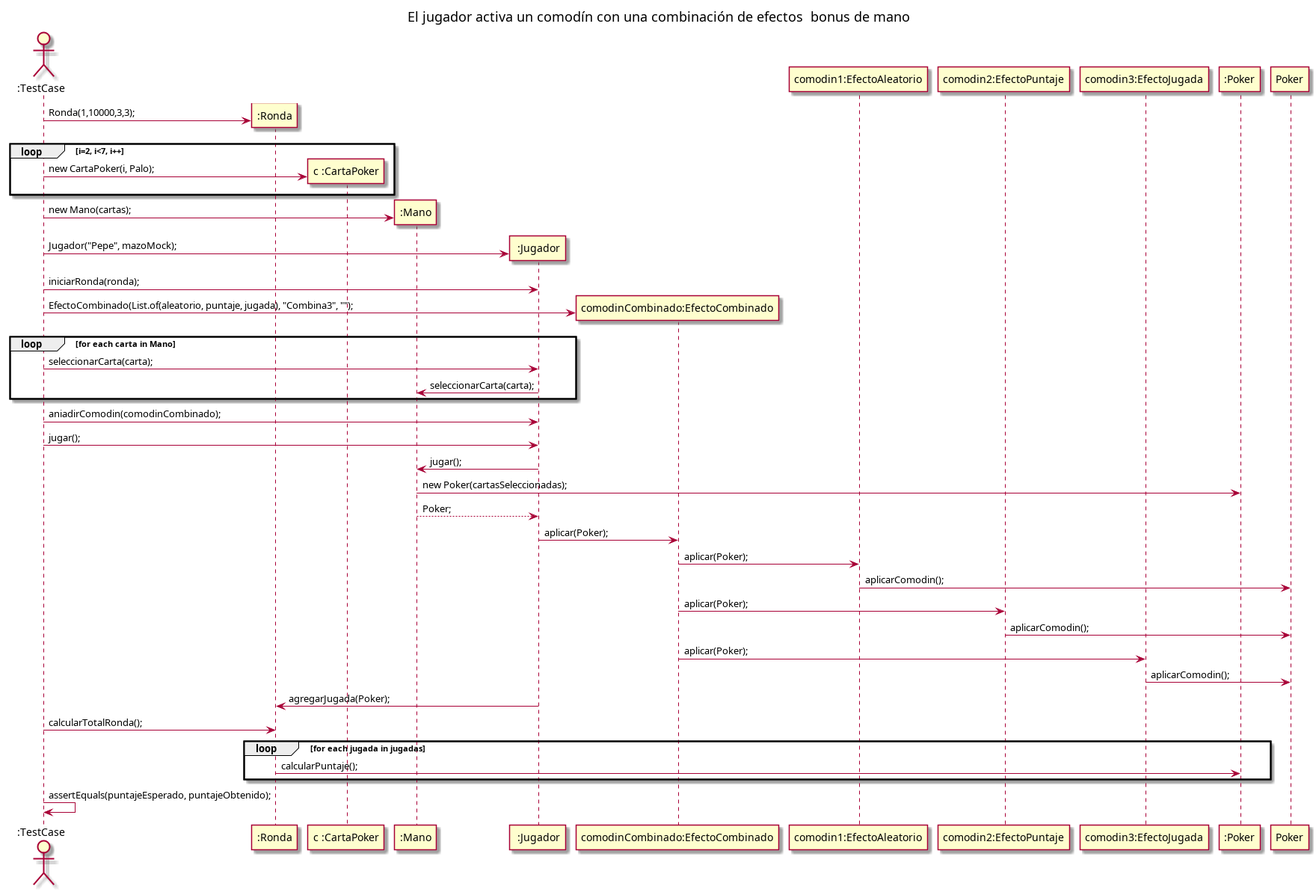
carruizdiaz1109/UBAlatro keeps this PlantUML diagram as diagrams/sequences/Entrega2/test05.png. Above is the earlier version. Its source is kept beside it as diagrams/sequences/Entrega2/test05.puml. The source it was exported from:
```plantuml
@startuml

title El jugador activa un comodín con una combinación de efectos  bonus de mano
actor ":TestCase" as user
participant ":Ronda" as ronda
participant "c :CartaPoker" as carta
participant ":Mano" as mano
participant " :Jugador" as jugador
participant "comodinCombinado:EfectoCombinado" as comodin
participant "comodin1:EfectoAleatorio" as aleatorio
participant "comodin2:EfectoPuntaje" as puntaje
participant "comodin3:EfectoJugada" as jugada

user -> ronda **: Ronda(1,10000,3,3);
loop i=2, i<7, i++
    user -> carta **: new CartaPoker(i, Palo);
end
user -> mano **: new Mano(cartas);
user -> jugador **: Jugador("Pepe", mazoMock);
user -> jugador: iniciarRonda(ronda);

user -> comodin **: EfectoCombinado(List.of(aleatorio, puntaje, jugada), "Combina3", "");
loop for each carta in Mano
    user -> jugador: seleccionarCarta(carta);
    jugador -> mano: seleccionarCarta(carta);
end

user -> jugador :aniadirComodin(comodinCombinado);
user -> jugador: jugar();
jugador -> mano: jugar();
mano -> ":Poker" as poker: new Poker(cartasSeleccionadas);
mano --> jugador: Poker;
jugador -> comodin: aplicar(Poker);
comodin -> aleatorio: aplicar(Poker);
aleatorio -> Poker: aplicarComodin();
comodin -> puntaje: aplicar(Poker);
puntaje -> Poker: aplicarComodin();
comodin -> jugada: aplicar(Poker);
jugada -> Poker: aplicarComodin();
jugador -> ronda: agregarJugada(Poker);
user -> ronda: calcularTotalRonda();
loop for each jugada in jugadas
    ronda -> poker: calcularPuntaje();
end

user -> user: assertEquals(puntajeEsperado, puntajeObtenido);
@enduml
```
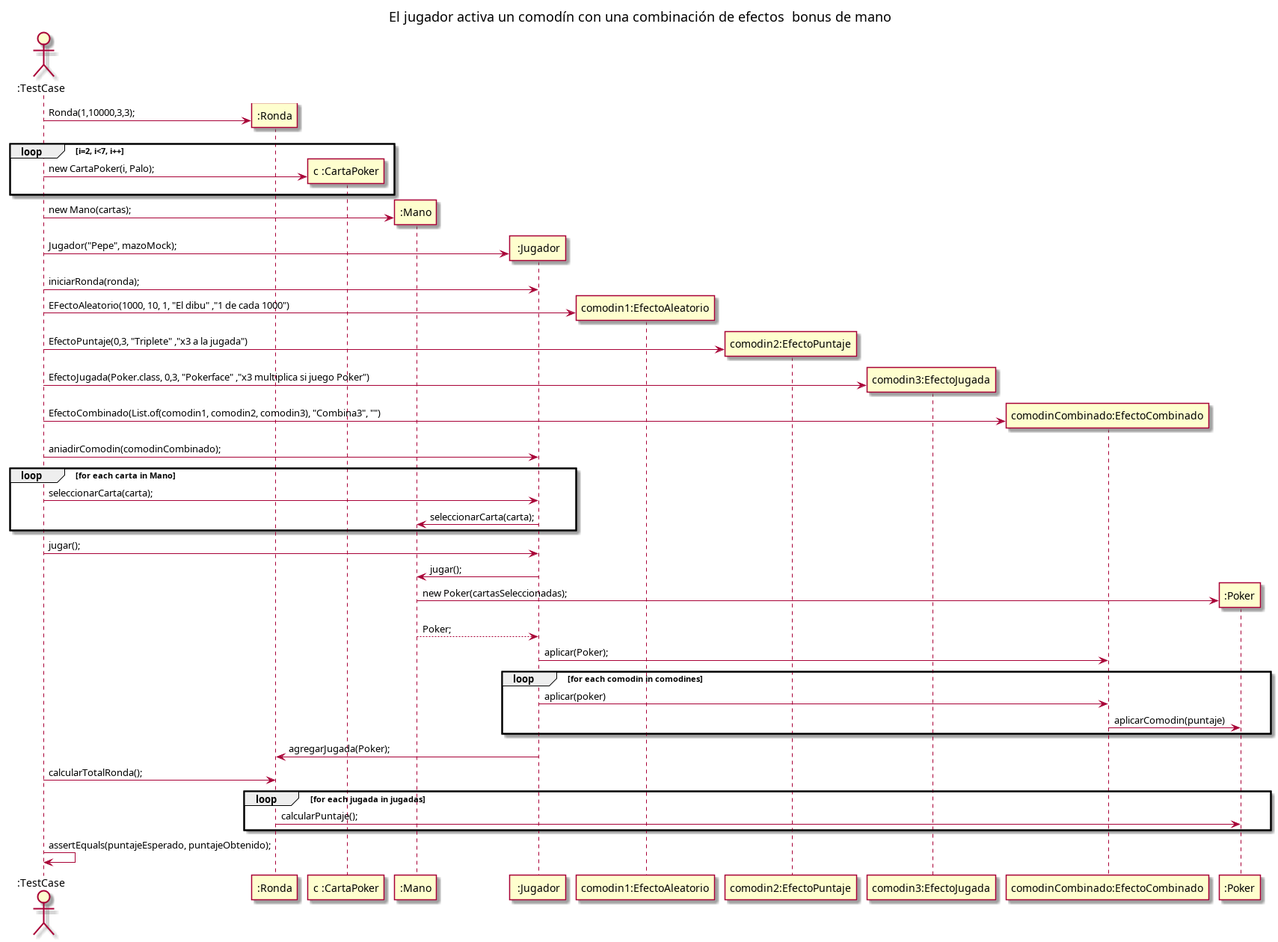
Later version of the same file.

Commit message:
Modificacion diagramas de secuencia

The edit, as a diff of the source:
```diff
@@ -6,10 +6,10 @@
 participant "c :CartaPoker" as carta
 participant ":Mano" as mano
 participant " :Jugador" as jugador
-participant "comodinCombinado:EfectoCombinado" as comodin
 participant "comodin1:EfectoAleatorio" as aleatorio
 participant "comodin2:EfectoPuntaje" as puntaje
 participant "comodin3:EfectoJugada" as jugada
+participant "comodinCombinado:EfectoCombinado" as comodin
 
 user -> ronda **: Ronda(1,10000,3,3);
 loop i=2, i<7, i++
@@ -18,25 +18,29 @@
 user -> mano **: new Mano(cartas);
 user -> jugador **: Jugador("Pepe", mazoMock);
 user -> jugador: iniciarRonda(ronda);
+user -> aleatorio **: EFectoAleatorio(1000, 10, 1, "El dibu" ,"1 de cada 1000")
+user -> puntaje **: EfectoPuntaje(0,3, "Triplete" ,"x3 a la jugada")
+user -> jugada **: EfectoJugada(Poker.class, 0,3, "Pokerface" ,"x3 multiplica si juego Poker")
 
-user -> comodin **: EfectoCombinado(List.of(aleatorio, puntaje, jugada), "Combina3", "");
+user -> comodin **: EfectoCombinado(List.of(comodin1, comodin2, comodin3), "Combina3", "")
+user -> jugador :aniadirComodin(comodinCombinado);
+
 loop for each carta in Mano
     user -> jugador: seleccionarCarta(carta);
     jugador -> mano: seleccionarCarta(carta);
 end
 
-user -> jugador :aniadirComodin(comodinCombinado);
 user -> jugador: jugar();
 jugador -> mano: jugar();
-mano -> ":Poker" as poker: new Poker(cartasSeleccionadas);
+mano -> ":Poker" as poker**: new Poker(cartasSeleccionadas);
 mano --> jugador: Poker;
 jugador -> comodin: aplicar(Poker);
-comodin -> aleatorio: aplicar(Poker);
-aleatorio -> Poker: aplicarComodin();
-comodin -> puntaje: aplicar(Poker);
-puntaje -> Poker: aplicarComodin();
-comodin -> jugada: aplicar(Poker);
-jugada -> Poker: aplicarComodin();
+
+loop for each comodin in comodines
+jugador -> comodin: aplicar(poker)
+comodin -> poker: aplicarComodin(puntaje)
+end
+
 jugador -> ronda: agregarJugada(Poker);
 user -> ronda: calcularTotalRonda();
 loop for each jugada in jugadas
```
